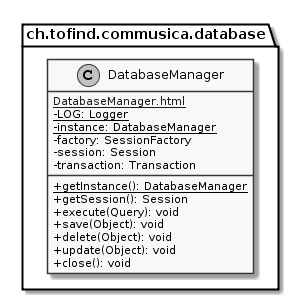
Earlier version of the PlantUML export doc/PRO/figures/database.png (heig-vd-pro2017/projet).
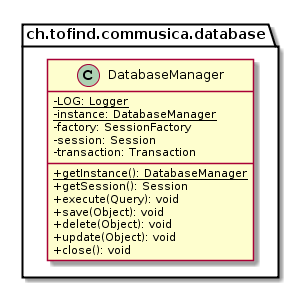
After the change.

The edit, as a diff of the source:
```diff
@@ -1,12 +1,10 @@
 @startuml
 
-    skinparam monochrome true
     skinparam classAttributeIconSize 0
 
     namespace ch.tofind.commusica.database {
 
         class DatabaseManager {
-            [[DatabaseManager.html]]
             {static} -LOG: Logger
             {static} -instance: DatabaseManager
             -factory: SessionFactory
```
